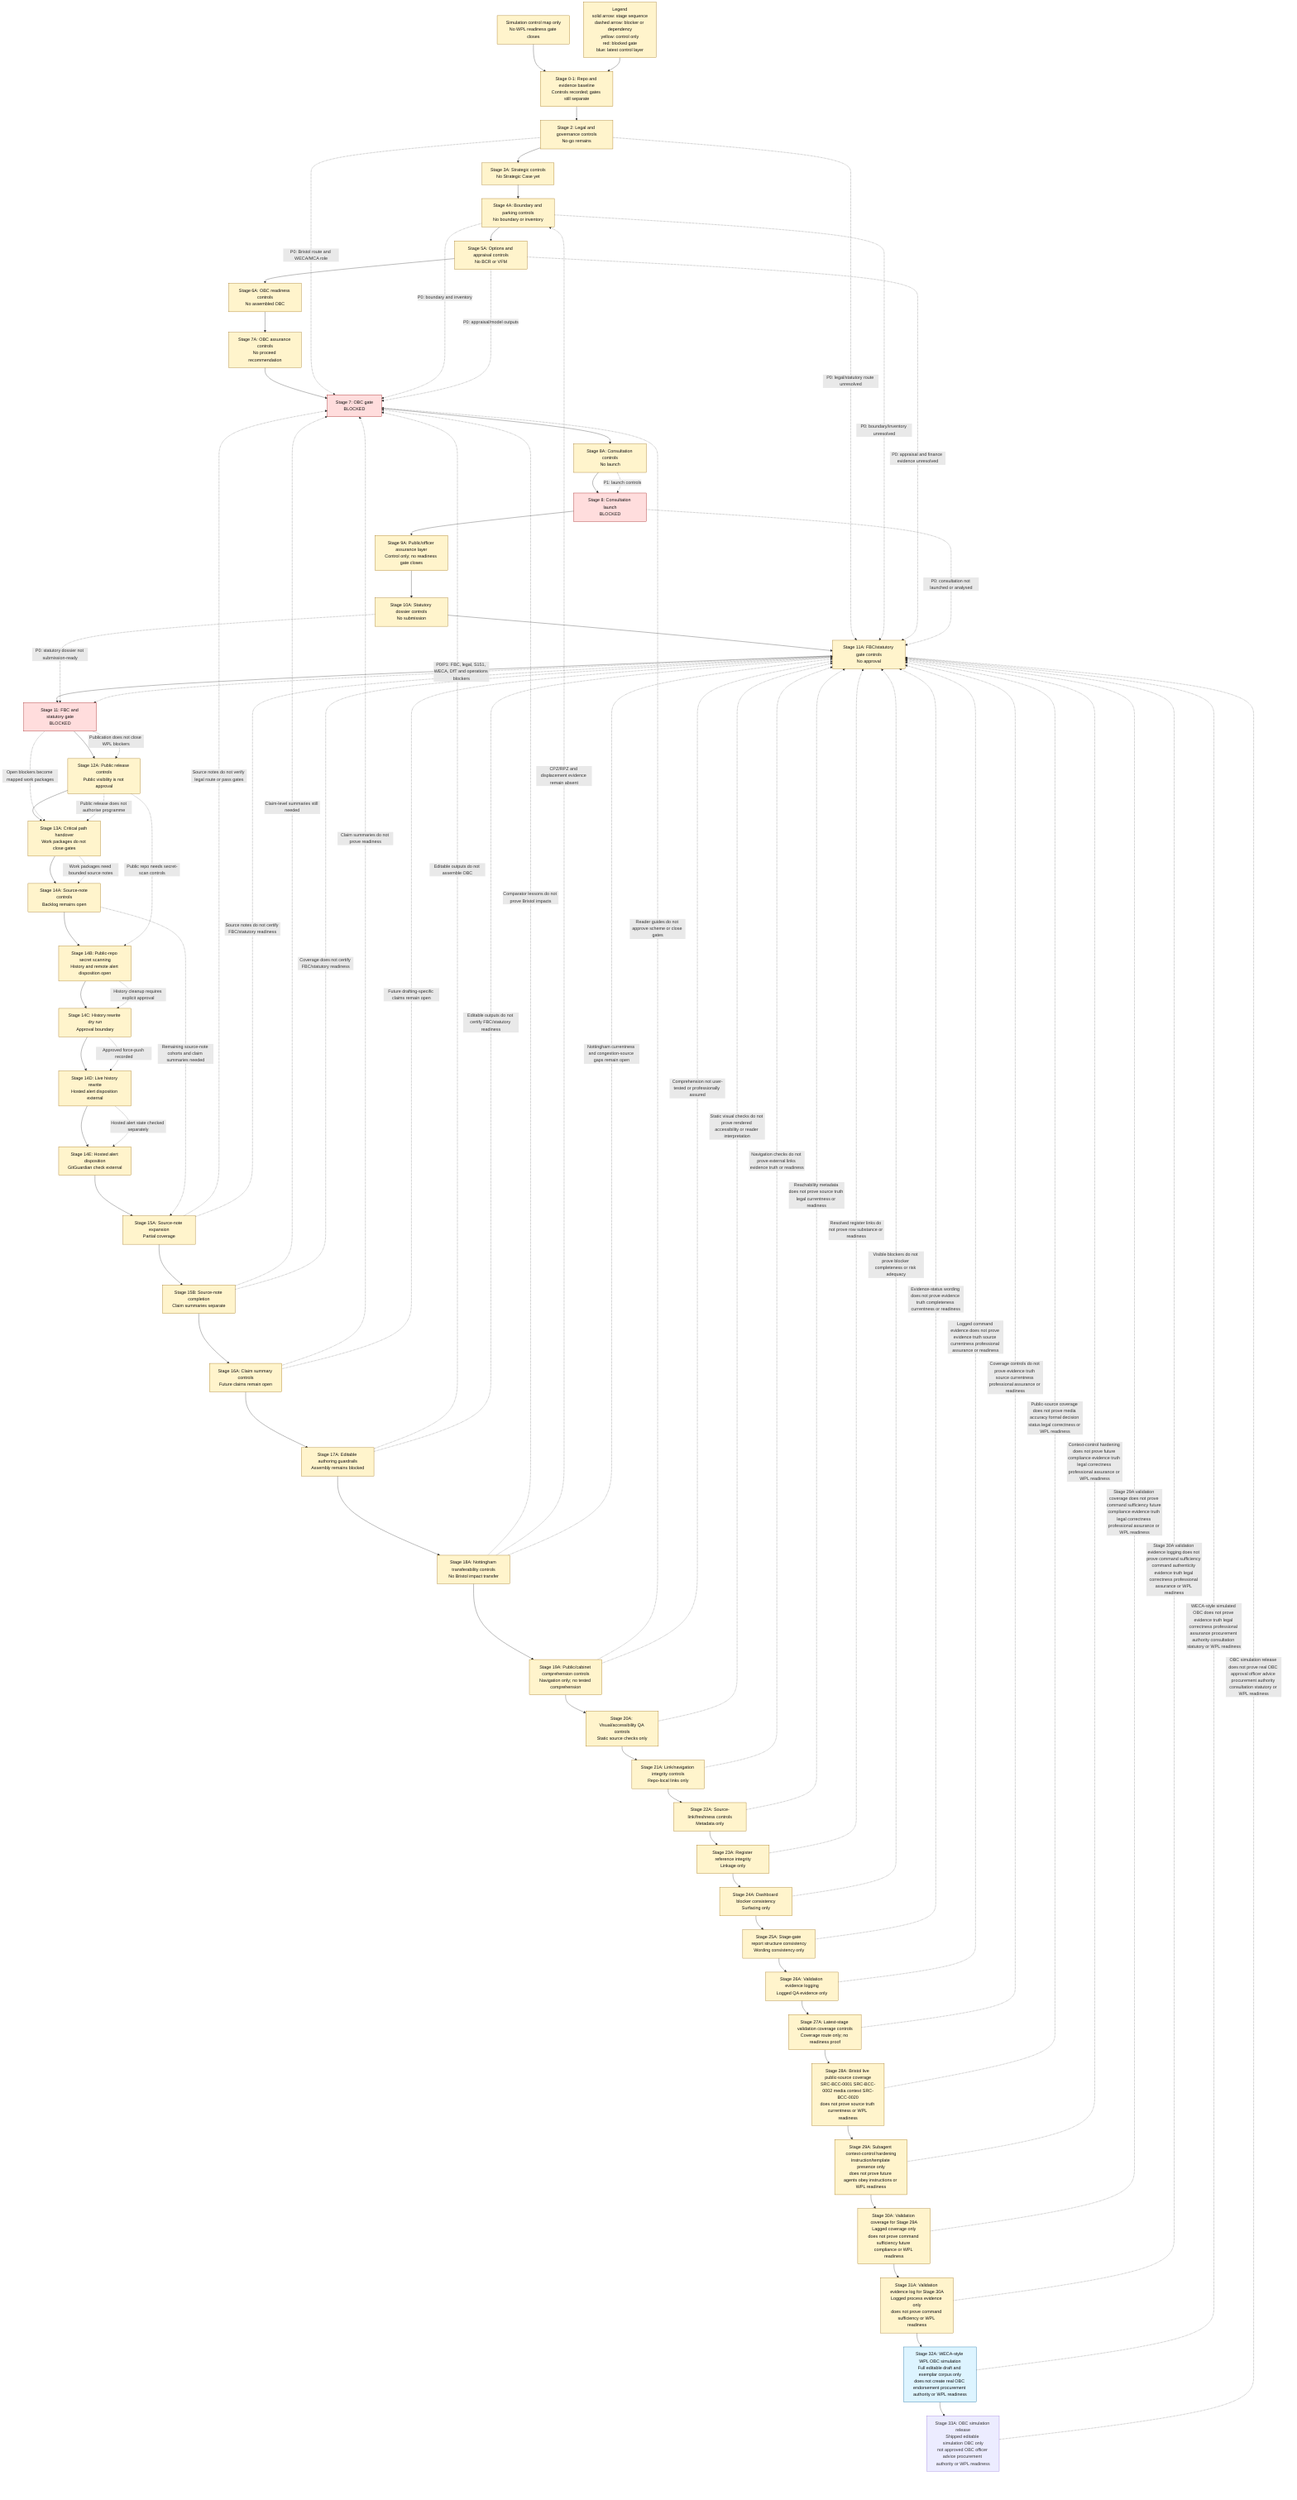
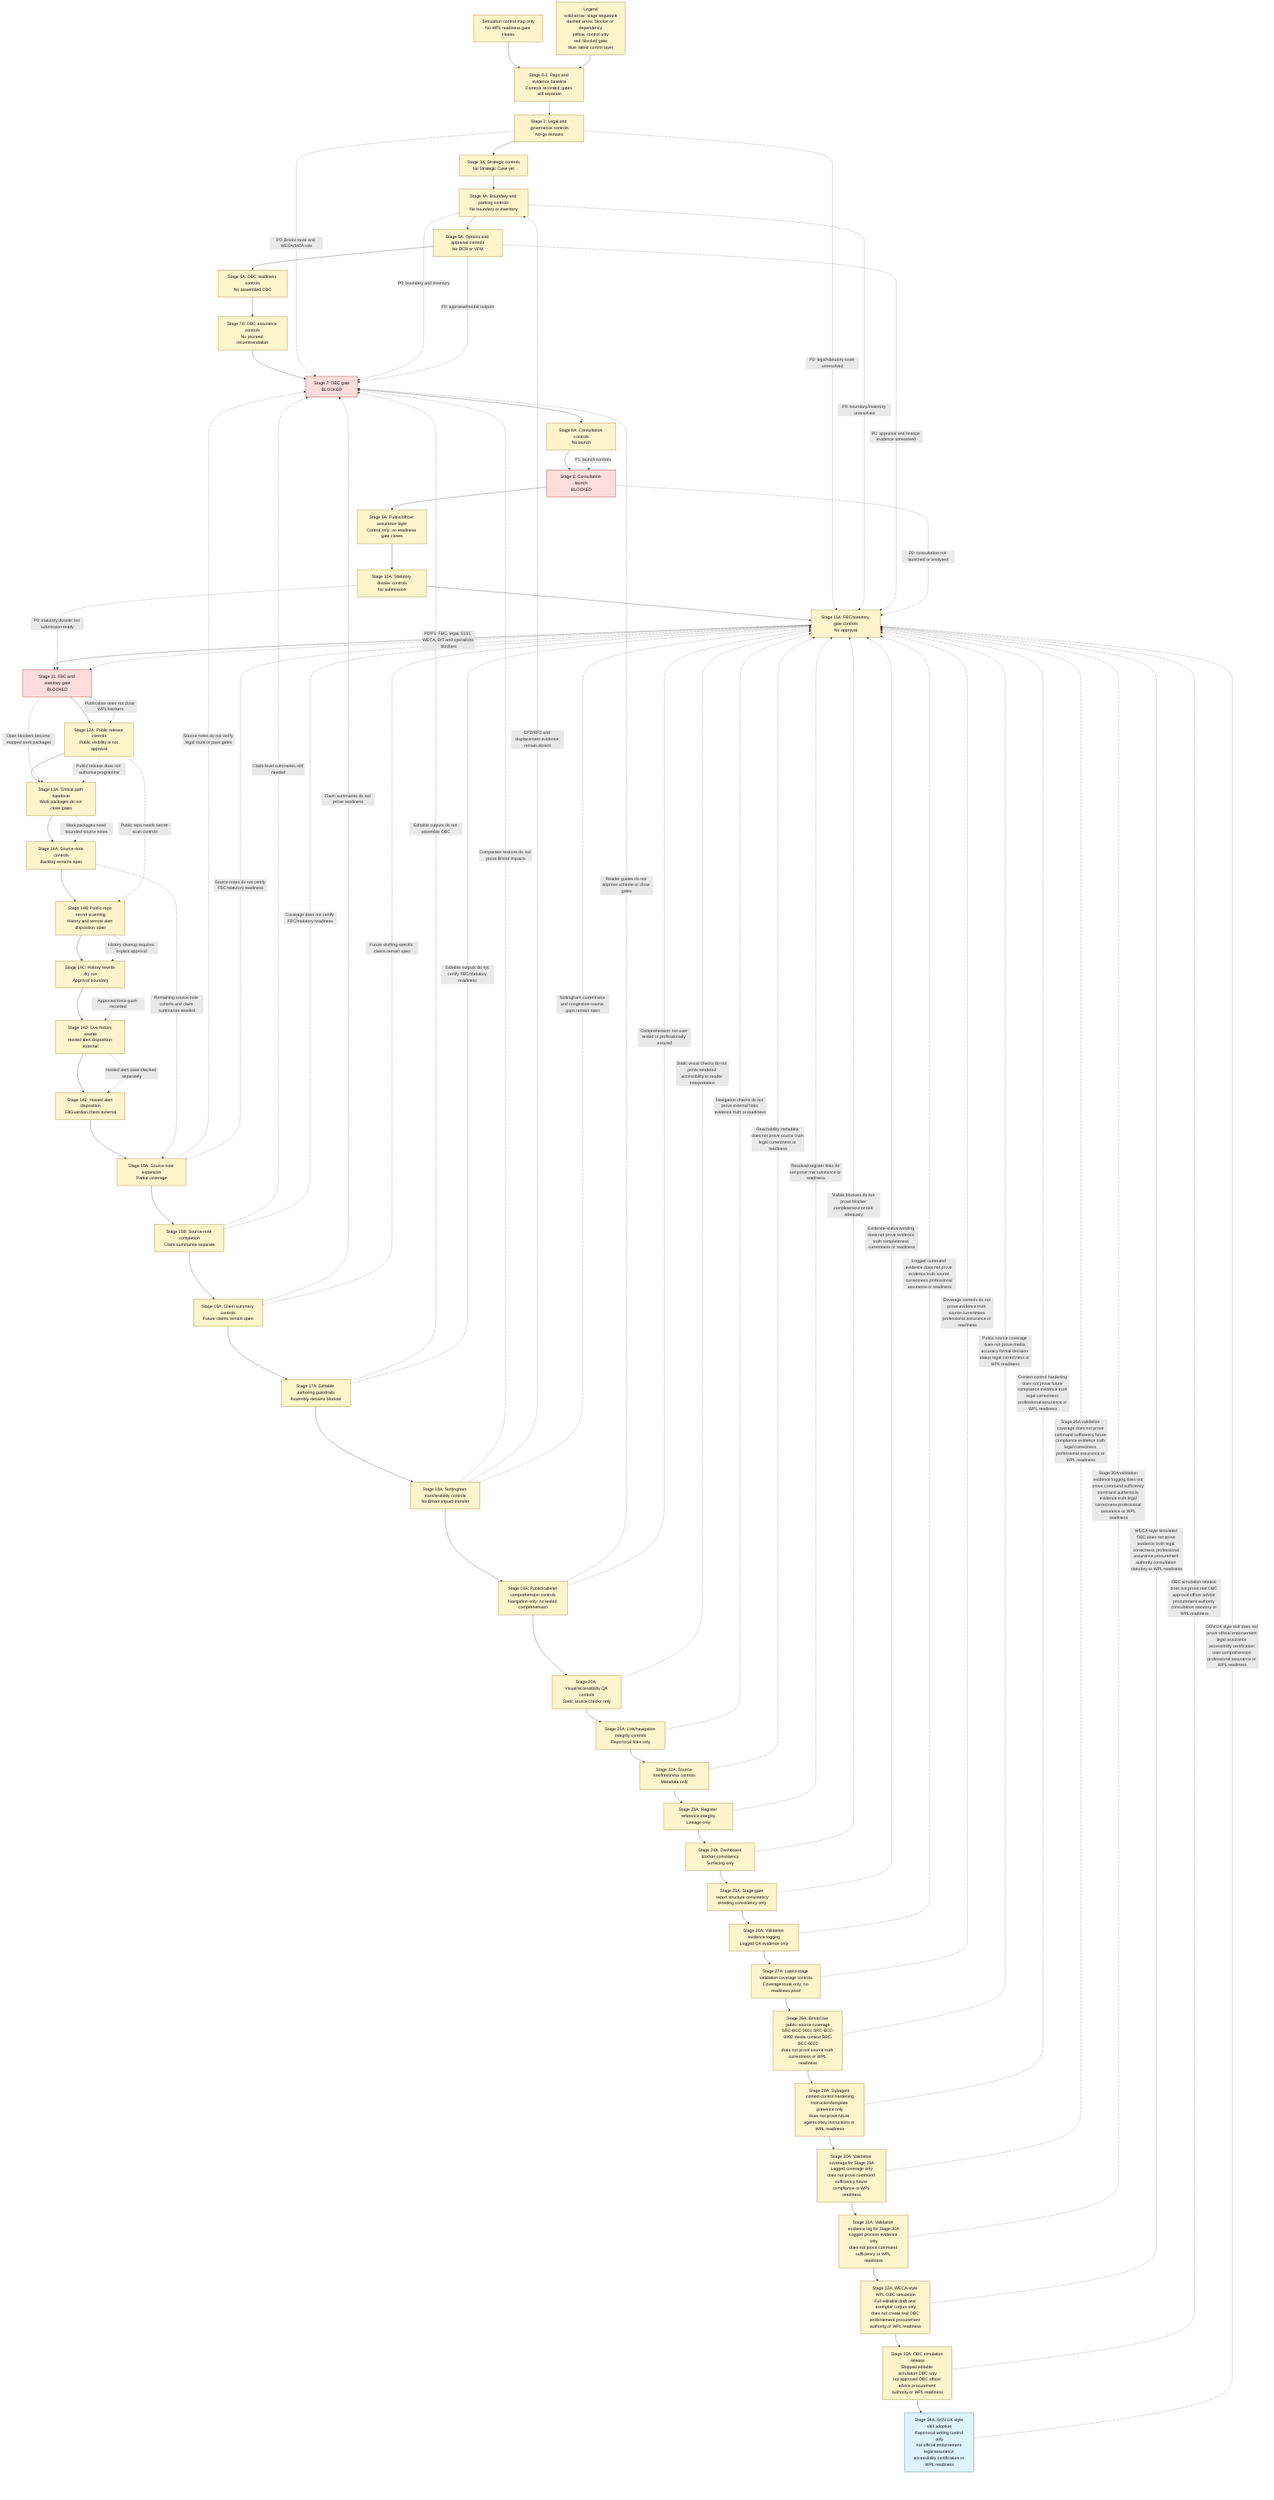
flowchart TD
    Caption["Simulation control map only<br/>No WPL readiness gate closes"]
    Legend["Legend<br/>solid arrow: stage sequence<br/>dashed arrow: blocker or dependency<br/>yellow: control only<br/>red: blocked gate<br/>blue: latest control layer"]
    Caption --> A
    Legend --> A
    A["Stage 0-1: Repo and evidence baseline<br/>Controls recorded; gates still separate"] --> B["Stage 2: Legal and governance controls<br/>No-go remains"]
    B --> C["Stage 3A: Strategic controls<br/>No Strategic Case yet"]
    C --> D["Stage 4A: Boundary and parking controls<br/>No boundary or inventory"]
    D --> E["Stage 5A: Options and appraisal controls<br/>No BCR or VFM"]
    E --> F["Stage 6A: OBC readiness controls<br/>No assembled OBC"]
    F --> F2["Stage 7A: OBC assurance controls<br/>No proceed recommendation"]
    F2 --> G["Stage 7: OBC gate<br/>BLOCKED"]
    G --> H["Stage 8A: Consultation controls<br/>No launch"]
    H --> I["Stage 8: Consultation launch<br/>BLOCKED"]
    I --> J["Stage 9A: Public/officer assurance layer<br/>Control only; no readiness gate closes"]
    J --> J2["Stage 10A: Statutory dossier controls<br/>No submission"]
    J2 --> K2["Stage 11A: FBC/statutory gate controls<br/>No approval"]
    K2 --> K["Stage 11: FBC and statutory gate<br/>BLOCKED"]
    K --> L["Stage 12A: Public release controls<br/>Public visibility is not approval"]
    L --> M["Stage 13A: Critical path handover<br/>Work packages do not close gates"]
    M --> N["Stage 14A: Source-note controls<br/>Backlog remains open"]
    N --> O["Stage 14B: Public-repo secret scanning<br/>History and remote alert disposition open"]
    O --> P["Stage 14C: History rewrite dry run<br/>Approval boundary"]
    P --> Q["Stage 14D: Live history rewrite<br/>Hosted alert disposition external"]
    Q --> R["Stage 14E: Hosted alert disposition<br/>GitGuardian check external"]
    R --> S["Stage 15A: Source-note expansion<br/>Partial coverage"]
    S --> T["Stage 15B: Source-note completion<br/>Claim summaries separate"]
    T --> U["Stage 16A: Claim summary controls<br/>Future claims remain open"]
    U --> V["Stage 17A: Editable authoring guardrails<br/>Assembly remains blocked"]
    V --> W["Stage 18A: Nottingham transferability controls<br/>No Bristol impact transfer"]
    W --> X["Stage 19A: Public/cabinet comprehension controls<br/>Navigation only; no tested comprehension"]
    X --> Y["Stage 20A: Visual/accessibility QA controls<br/>Static source checks only"]
    Y --> Z["Stage 21A: Link/navigation integrity controls<br/>Repo-local links only"]
    Z --> AA["Stage 22A: Source-link/freshness controls<br/>Metadata only"]
    AA --> AB["Stage 23A: Register reference integrity<br/>Linkage only"]
    AB --> AC["Stage 24A: Dashboard blocker consistency<br/>Surfacing only"]
    AC --> AD["Stage 25A: Stage-gate report structure consistency<br/>Wording consistency only"]
    AD --> AE["Stage 26A: Validation evidence logging<br/>Logged QA evidence only"]
    AE --> AF["Stage 27A: Latest-stage validation coverage controls<br/>Coverage route only; no readiness proof"]
    AF --> AG["Stage 28A: Bristol live public-source coverage<br/>SRC-BCC-0001 SRC-BCC-0002 media context SRC-BCC-0020<br/>does not prove source truth currentness or WPL readiness"]
    AG --> AH["Stage 29A: Subagent context-control hardening<br/>Instruction/template presence only<br/>does not prove future agents obey instructions or WPL readiness"]
    AH --> AI["Stage 30A: Validation coverage for Stage 29A<br/>Lagged coverage only<br/>does not prove command sufficiency future compliance or WPL readiness"]
    AI --> AJ["Stage 31A: Validation evidence log for Stage 30A<br/>Logged process evidence only<br/>does not prove command sufficiency or WPL readiness"]
    AJ --> AK["Stage 32A: WECA-style WPL OBC simulation<br/>Full editable draft and exemplar corpus only<br/>does not create real OBC endorsement procurement authority or WPL readiness"]
    AK --> AL["Stage 33A: OBC simulation release<br/>Shipped editable simulation OBC only<br/>not approved OBC officer advice procurement authority or WPL readiness"]
+     AL --> AM["Stage 34A: GOV.UK style skill adoption<br/>Repo-local writing control only<br/>not official endorsement legal assurance accessibility certification or WPL readiness"]

    B -. "P0: Bristol route and WECA/MCA role" .-> G
    D -. "P0: boundary and inventory" .-> G
    E -. "P0: appraisal/model outputs" .-> G
    H -. "P1: launch controls" .-> I
    B -. "P0: legal/statutory route unresolved" .-> K2
    D -. "P0: boundary/inventory unresolved" .-> K2
    E -. "P0: appraisal and finance evidence unresolved" .-> K2
    I -. "P0: consultation not launched or analysed" .-> K2
    J2 -. "P0: statutory dossier not submission-ready" .-> K
    K2 -. "P0/P1: FBC, legal, S151, WECA, DfT and operations blockers" .-> K
    K -. "Publication does not close WPL blockers" .-> L
    K -. "Open blockers become mapped work packages" .-> M
    L -. "Public release does not authorise programme" .-> M
    M -. "Work packages need bounded source notes" .-> N
    L -. "Public repo needs secret-scan controls" .-> O
    O -. "History cleanup requires explicit approval" .-> P
    P -. "Approved force-push recorded" .-> Q
    Q -. "Hosted alert state checked separately" .-> R
    N -. "Remaining source-note cohorts and claim summaries needed" .-> S
    S -. "Source notes do not verify legal route or pass gates" .-> G
    S -. "Source notes do not certify FBC/statutory readiness" .-> K2
    T -. "Claim-level summaries still needed" .-> G
    T -. "Coverage does not certify FBC/statutory readiness" .-> K2
    U -. "Claim summaries do not prove readiness" .-> G
    U -. "Future drafting-specific claims remain open" .-> K2
    V -. "Editable outputs do not assemble OBC" .-> G
    V -. "Editable outputs do not certify FBC/statutory readiness" .-> K2
    W -. "Comparator lessons do not prove Bristol impacts" .-> G
    W -. "CPZ/RPZ and displacement evidence remain absent" .-> D
    W -. "Nottingham currentness and congestion-source gaps remain open" .-> K2
    X -. "Reader guides do not approve scheme or close gates" .-> G
    X -. "Comprehension not user-tested or professionally assured" .-> K2
    Y -. "Static visual checks do not prove rendered accessibility or reader interpretation" .-> K2
    Z -. "Navigation checks do not prove external links evidence truth or readiness" .-> K2
    AA -. "Reachability metadata does not prove source truth legal currentness or readiness" .-> K2
    AB -. "Resolved register links do not prove row substance or readiness" .-> K2
    AC -. "Visible blockers do not prove blocker completeness or risk adequacy" .-> K2
    AD -. "Evidence-status wording does not prove evidence truth completeness currentness or readiness" .-> K2
    AE -. "Logged command evidence does not prove evidence truth source currentness professional assurance or readiness" .-> K2
    AF -. "Coverage controls do not prove evidence truth source currentness professional assurance or readiness" .-> K2
    AG -. "Public-source coverage does not prove media accuracy formal decision status legal correctness or WPL readiness" .-> K2
    AH -. "Context-control hardening does not prove future compliance evidence truth legal correctness professional assurance or WPL readiness" .-> K2
    AI -. "Stage 29A validation coverage does not prove command sufficiency future compliance evidence truth legal correctness professional assurance or WPL readiness" .-> K2
    AJ -. "Stage 30A validation evidence logging does not prove command sufficiency command authenticity evidence truth legal correctness professional assurance or WPL readiness" .-> K2
    AK -. "WECA-style simulated OBC does not prove evidence truth legal correctness professional assurance procurement authority consultation statutory or WPL readiness" .-> K2
    AL -. "OBC simulation release does not prove real OBC approval officer advice procurement authority consultation statutory or WPL readiness" .-> K2
+     AM -. "GOV.UK style skill does not prove official endorsement legal assurance accessibility certification user comprehension professional assurance or WPL readiness" .-> K2

    classDef blocked fill:#ffdddd,stroke:#990000,color:#111111;
    classDef control fill:#fff4cc,stroke:#996600,color:#111111;
    classDef current fill:#ddf4ff,stroke:#005f99,color:#111111;

    class G,I,K blocked;
-     class A,B,C,D,E,F,F2,H,J,J2,K2,L,M,N,O,P,Q,R,S,T,U,V,W,X,Y,Z,AA,AB,AC,AD,AE,AF,AG,AH,AI,AJ,Caption,Legend control;
-     class AK current;
+     class A,B,C,D,E,F,F2,H,J,J2,K2,L,M,N,O,P,Q,R,S,T,U,V,W,X,Y,Z,AA,AB,AC,AD,AE,AF,AG,AH,AI,AJ,AK,AL,Caption,Legend control;
+     class AM current;
